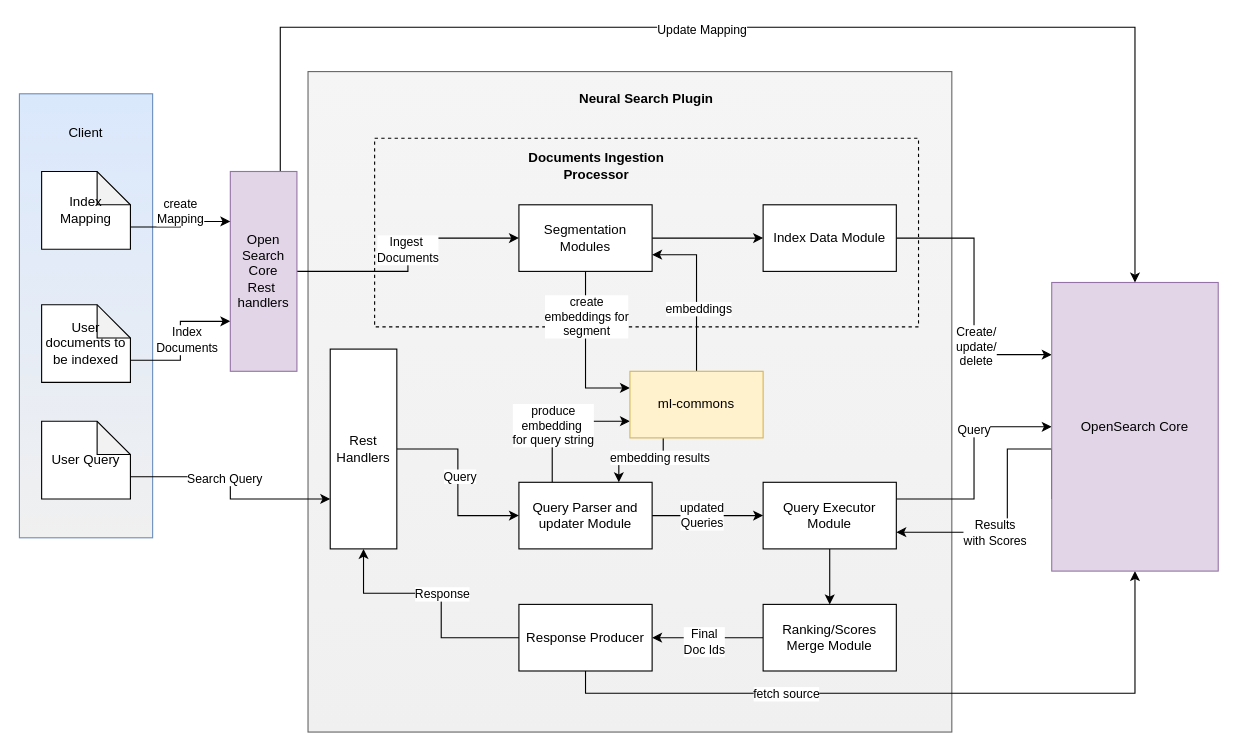
This is OpenSearch/SemanticsSearch.drawio from navneet1v/FlowDiagram, a draw.io file, before an edit. Source tidied: cells renumbered, new cells numbered last; positions are measured from the earlier drawing's top-left corner, leaving out a move shared by most shapes. Both pictures are drawn from the tidied source at 111%, with x=0, y=0 at pixel (19, 27).
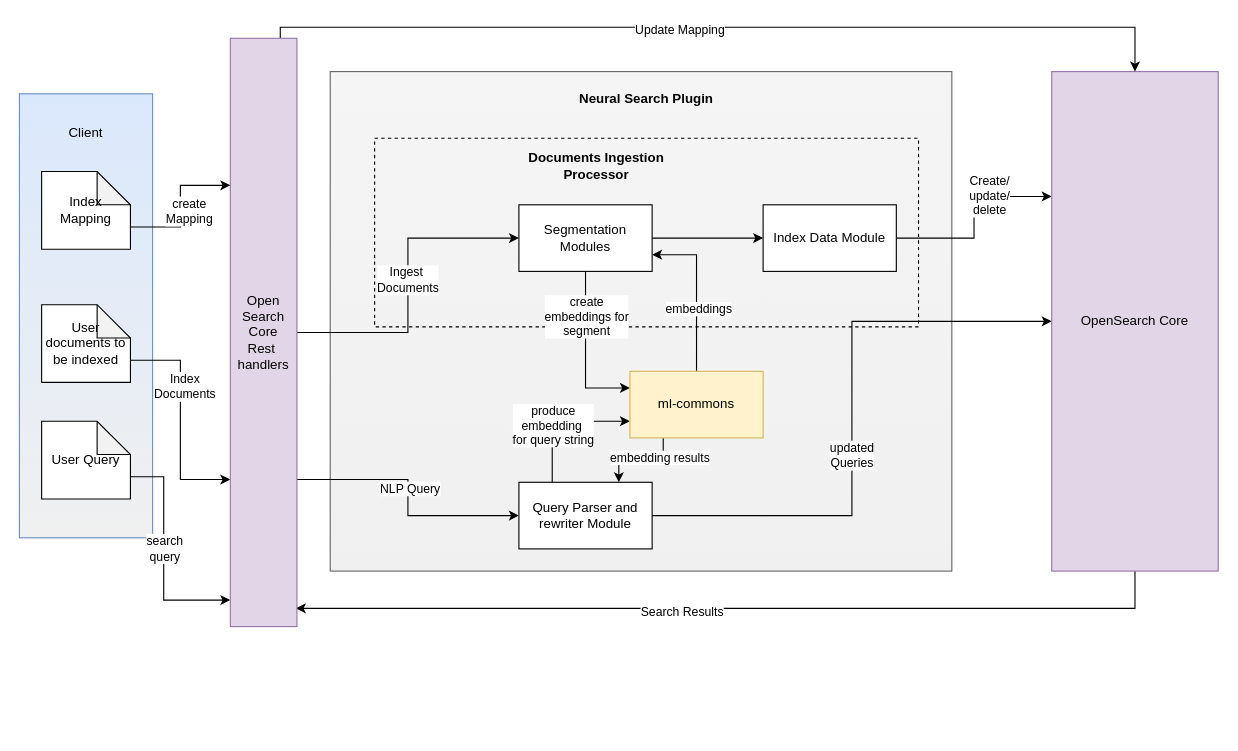
The same diagram, later.

The change refers to these unchanged cells:
```xml
<mxCell id="39" value="User Query" style="shape=note;whiteSpace=wrap;html=1;backgroundOutline=1;darkOpacity=0.05;" parent="1" vertex="1">
  <mxGeometry x="20" y="355" width="80" height="70" as="geometry" />
</mxCell>
<mxCell id="44" value="ml-commons" style="rounded=0;whiteSpace=wrap;html=1;fillColor=#fff2cc;strokeColor=#d6b656;" parent="1" vertex="1">
  <mxGeometry x="550" y="310" width="120" height="60" as="geometry" />
</mxCell>
```

The edit, as a diff of the source:
```diff
@@
-    <mxCell id="3" style="rounded=0;whiteSpace=wrap;html=1;fillColor=#f5f5f5;fontColor=#333333;strokeColor=#666666;gradientColor=#F0F0F0;" parent="1" vertex="1">
-      <mxGeometry x="260" y="40" width="580" height="595" as="geometry" />
-    </mxCell>
+    <mxCell id="57" style="rounded=0;whiteSpace=wrap;html=1;fillColor=#f5f5f5;fontColor=#333333;strokeColor=#666666;gradientColor=#F0F0F0;" parent="1" vertex="1">
+      <mxGeometry x="280" y="40" width="560" height="450" as="geometry" />
+    </mxCell>
@@
-    <mxCell id="9" style="edgeStyle=orthogonalEdgeStyle;rounded=0;jettySize=auto;html=1;exitX=1;exitY=0.5;exitDx=0;exitDy=0;" parent="1" edge="1" source="13" target="33">
-      <mxGeometry relative="1" as="geometry" />
-    </mxCell>
+    <mxCell id="58" style="edgeStyle=orthogonalEdgeStyle;rounded=0;jettySize=auto;html=1;exitX=1;exitY=0.5;exitDx=0;exitDy=0;" parent="1" edge="1" source="60" target="47">
+      <mxGeometry relative="1" as="geometry" />
+    </mxCell>
-    <mxCell id="10" value="updated&lt;br&gt;Queries" style="edgeLabel;html=1;align=center;verticalAlign=middle;" parent="9" vertex="1">
+    <mxCell id="10" value="updated&lt;br&gt;Queries" style="edgeLabel;html=1;align=center;verticalAlign=middle;" parent="58" vertex="1">
       <mxGeometry x="-0.12" y="1" relative="1" as="geometry" />
     </mxCell>
-    <mxCell id="11" style="edgeStyle=orthogonalEdgeStyle;rounded=0;jettySize=auto;html=1;exitX=0.25;exitY=0;exitDx=0;exitDy=0;entryX=0;entryY=0.75;entryDx=0;entryDy=0;" parent="1" edge="1" source="13" target="44">
-      <mxGeometry relative="1" as="geometry" />
-    </mxCell>
+    <mxCell id="59" style="edgeStyle=orthogonalEdgeStyle;rounded=0;jettySize=auto;html=1;exitX=0.25;exitY=0;exitDx=0;exitDy=0;entryX=0;entryY=0.75;entryDx=0;entryDy=0;" parent="1" edge="1" source="60" target="44">
+      <mxGeometry relative="1" as="geometry" />
+    </mxCell>
-    <mxCell id="12" value="produce&lt;br&gt;embedding&amp;nbsp;&lt;br&gt;for query string" style="edgeLabel;html=1;align=center;verticalAlign=middle;" parent="11" vertex="1">
+    <mxCell id="12" value="produce&lt;br&gt;embedding&amp;nbsp;&lt;br&gt;for query string" style="edgeLabel;html=1;align=center;verticalAlign=middle;" parent="59" vertex="1">
       <mxGeometry x="-0.17" relative="1" as="geometry" />
     </mxCell>
-    <mxCell id="13" value="Query Parser and updater Module" style="rounded=0;whiteSpace=wrap;html=1;" parent="1" vertex="1">
-      <mxGeometry x="450" y="410" width="120" height="60" as="geometry" />
-    </mxCell>
+    <mxCell id="60" value="Query Parser and rewriter Module" style="rounded=0;whiteSpace=wrap;html=1;" parent="1" vertex="1">
+      <mxGeometry x="450" y="410" width="120" height="60" as="geometry" />
+    </mxCell>
@@
-    <mxCell id="16" style="edgeStyle=orthogonalEdgeStyle;rounded=0;jettySize=auto;html=1;exitX=1;exitY=0.5;exitDx=0;exitDy=0;entryX=0;entryY=0.5;entryDx=0;entryDy=0;" parent="1" edge="1" source="18" target="13">
-      <mxGeometry relative="1" as="geometry" />
-    </mxCell>
-    <mxCell id="17" value="Query" style="edgeLabel;html=1;align=center;verticalAlign=middle;" parent="16" vertex="1">
-      <mxGeometry x="-0.07" y="1" relative="1" as="geometry" />
-    </mxCell>
-    <mxCell id="18" value="Rest Handlers" style="rounded=0;whiteSpace=wrap;html=1;" parent="1" vertex="1">
-      <mxGeometry x="280" y="290" width="60" height="180" as="geometry" />
-    </mxCell>
+    <mxCell id="61" style="edgeStyle=orthogonalEdgeStyle;rounded=0;jettySize=auto;html=1;exitX=1;exitY=0.75;exitDx=0;exitDy=0;entryX=0;entryY=0.5;entryDx=0;entryDy=0;" parent="1" edge="1" source="52" target="60">
+      <mxGeometry relative="1" as="geometry" />
+    </mxCell>
+    <mxCell id="62" value="NLP Query" style="edgeLabel;html=1;align=center;verticalAlign=middle;" parent="61" vertex="1">
+      <mxGeometry x="-0.07" y="1" relative="1" as="geometry" />
+    </mxCell>
@@
-    <mxCell id="22" style="edgeStyle=orthogonalEdgeStyle;rounded=0;jettySize=auto;html=1;exitX=0;exitY=0.5;exitDx=0;exitDy=0;entryX=1;entryY=0.5;entryDx=0;entryDy=0;" parent="1" edge="1" source="24" target="29">
-      <mxGeometry relative="1" as="geometry" />
-    </mxCell>
-    <mxCell id="23" value="Final&lt;br&gt;Doc Ids" style="edgeLabel;html=1;align=center;verticalAlign=middle;" parent="22" vertex="1">
-      <mxGeometry x="0.08" y="3" relative="1" as="geometry" />
-    </mxCell>
-    <mxCell id="24" value="Ranking/Scores&lt;br&gt;Merge Module" style="rounded=0;whiteSpace=wrap;html=1;" parent="1" vertex="1">
-      <mxGeometry x="670" y="520" width="120" height="60" as="geometry" />
-    </mxCell>
-    <mxCell id="25" style="edgeStyle=orthogonalEdgeStyle;rounded=0;jettySize=auto;html=1;exitX=0;exitY=0.5;exitDx=0;exitDy=0;entryX=0.5;entryY=1;entryDx=0;entryDy=0;" parent="1" edge="1" source="29" target="18">
-      <mxGeometry relative="1" as="geometry">
-        <Array as="points">
-          <mxPoint x="380" y="550" />
-          <mxPoint x="380" y="510" />
-          <mxPoint x="310" y="510" />
-        </Array>
-      </mxGeometry>
-    </mxCell>
-    <mxCell id="26" value="Response" style="edgeLabel;html=1;align=center;verticalAlign=middle;" parent="25" vertex="1">
-      <mxGeometry relative="1" as="geometry" />
-    </mxCell>
-    <mxCell id="27" style="edgeStyle=orthogonalEdgeStyle;rounded=0;jettySize=auto;html=1;exitX=0.5;exitY=1;exitDx=0;exitDy=0;" parent="1" edge="1" source="29" target="47">
-      <mxGeometry relative="1" as="geometry">
-        <Array as="points">
-          <mxPoint x="510" y="600" />
-          <mxPoint x="1005" y="600" />
-        </Array>
-      </mxGeometry>
-    </mxCell>
-    <mxCell id="28" value="fetch source" style="edgeLabel;html=1;align=center;verticalAlign=middle;" parent="27" vertex="1">
-      <mxGeometry x="-0.36" y="-2" relative="1" as="geometry">
-        <mxPoint y="-2" as="offset" />
-      </mxGeometry>
-    </mxCell>
-    <mxCell id="29" value="Response Producer" style="rounded=0;whiteSpace=wrap;html=1;" parent="1" vertex="1">
-      <mxGeometry x="450" y="520" width="120" height="60" as="geometry" />
-    </mxCell>
-    <mxCell id="30" style="edgeStyle=orthogonalEdgeStyle;rounded=0;jettySize=auto;html=1;exitX=0.5;exitY=1;exitDx=0;exitDy=0;" parent="1" edge="1" source="33" target="24">
-      <mxGeometry relative="1" as="geometry" />
-    </mxCell>
-    <mxCell id="31" style="edgeStyle=orthogonalEdgeStyle;rounded=0;jettySize=auto;html=1;exitX=1;exitY=0.25;exitDx=0;exitDy=0;entryX=0;entryY=0.5;entryDx=0;entryDy=0;" parent="1" edge="1" source="33" target="47">
-      <mxGeometry relative="1" as="geometry" />
-    </mxCell>
-    <mxCell id="32" value="Query" style="edgeLabel;html=1;align=center;verticalAlign=middle;" parent="31" vertex="1">
-      <mxGeometry x="0.3" y="1" relative="1" as="geometry" />
-    </mxCell>
-    <mxCell id="33" value="Query Executor Module" style="rounded=0;whiteSpace=wrap;html=1;" parent="1" vertex="1">
-      <mxGeometry x="670" y="410" width="120" height="60" as="geometry" />
-    </mxCell>
@@
-    <mxCell id="37" style="edgeStyle=orthogonalEdgeStyle;rounded=0;jettySize=auto;html=1;exitX=0;exitY=0;exitDx=70;exitDy=50;exitPerimeter=0;entryX=0;entryY=0.75;entryDx=0;entryDy=0;" parent="1" edge="1" source="39" target="18">
-      <mxGeometry relative="1" as="geometry" />
-    </mxCell>
-    <mxCell id="38" value="Search Query" style="edgeLabel;html=1;align=center;verticalAlign=middle;" parent="37" vertex="1">
-      <mxGeometry x="-0.07" y="-1" relative="1" as="geometry">
-        <mxPoint x="-4" as="offset" />
-      </mxGeometry>
-    </mxCell>
+    <mxCell id="63" style="edgeStyle=orthogonalEdgeStyle;rounded=0;jettySize=auto;html=1;exitX=0;exitY=0;exitDx=80;exitDy=50;exitPerimeter=0;entryX=0;entryY=0.955;entryDx=0;entryDy=0;entryPerimeter=0;" parent="1" edge="1" source="39" target="52">
+      <mxGeometry relative="1" as="geometry">
+        <Array as="points">
+          <mxPoint x="130" y="405" />
+          <mxPoint x="130" y="516" />
+        </Array>
+      </mxGeometry>
+    </mxCell>
+    <mxCell id="64" value="search&lt;br&gt;query" style="edgeLabel;html=1;align=center;verticalAlign=middle;" parent="63" vertex="1">
+      <mxGeometry x="-0.07" relative="1" as="geometry" />
+    </mxCell>
@@
-    <mxCell id="40" style="edgeStyle=orthogonalEdgeStyle;rounded=0;jettySize=auto;html=1;exitX=0.25;exitY=1;exitDx=0;exitDy=0;entryX=0.75;entryY=0;entryDx=0;entryDy=0;" parent="1" edge="1" source="44" target="13">
-      <mxGeometry relative="1" as="geometry" />
-    </mxCell>
+    <mxCell id="65" style="edgeStyle=orthogonalEdgeStyle;rounded=0;jettySize=auto;html=1;exitX=0.25;exitY=1;exitDx=0;exitDy=0;entryX=0.75;entryY=0;entryDx=0;entryDy=0;" parent="1" edge="1" source="44" target="60">
+      <mxGeometry relative="1" as="geometry" />
+    </mxCell>
-    <mxCell id="41" value="embedding results" style="edgeLabel;html=1;align=center;verticalAlign=middle;" parent="40" vertex="1">
+    <mxCell id="41" value="embedding results" style="edgeLabel;html=1;align=center;verticalAlign=middle;" parent="65" vertex="1">
       <mxGeometry x="-0.4" y="2" relative="1" as="geometry">
         <mxPoint y="-5" as="offset" />
       </mxGeometry>
     </mxCell>
@@
-    <mxCell id="45" style="edgeStyle=orthogonalEdgeStyle;rounded=0;jettySize=auto;html=1;exitX=0;exitY=0.75;exitDx=0;exitDy=0;entryX=1;entryY=0.75;entryDx=0;entryDy=0;" parent="1" edge="1" source="47" target="33">
-      <mxGeometry relative="1" as="geometry">
-        <Array as="points">
-          <mxPoint x="890" y="380" />
-          <mxPoint x="890" y="455" />
-        </Array>
-      </mxGeometry>
-    </mxCell>
-    <mxCell id="46" value="Results&lt;br&gt;with Scores" style="edgeLabel;html=1;align=center;verticalAlign=middle;" parent="45" vertex="1">
-      <mxGeometry x="0.32" y="2" relative="1" as="geometry">
-        <mxPoint y="-2" as="offset" />
-      </mxGeometry>
-    </mxCell>
+    <mxCell id="66" style="edgeStyle=orthogonalEdgeStyle;rounded=0;jettySize=auto;html=1;exitX=0.5;exitY=1;exitDx=0;exitDy=0;entryX=0.983;entryY=0.969;entryDx=0;entryDy=0;entryPerimeter=0;" parent="1" edge="1" source="47" target="52">
+      <mxGeometry relative="1" as="geometry" />
+    </mxCell>
+    <mxCell id="67" value="Search Results" style="edgeLabel;html=1;align=center;verticalAlign=middle;" parent="66" vertex="1">
+      <mxGeometry x="0.12" y="2" relative="1" as="geometry">
+        <mxPoint y="1" as="offset" />
+      </mxGeometry>
+    </mxCell>
     <mxCell id="47" value="OpenSearch Core" style="rounded=0;whiteSpace=wrap;html=1;fillColor=#e1d5e7;strokeColor=#9673a6;" parent="1" vertex="1">
-      <mxGeometry x="930" y="230" width="150" height="260" as="geometry" />
+      <mxGeometry x="930" y="40" width="150" height="450" as="geometry" />
     </mxCell>
@@
     <mxCell id="52" value="Open &lt;br&gt;Search&lt;br&gt;Core&lt;br&gt;Rest&amp;nbsp;&lt;br&gt;handlers" style="rounded=0;whiteSpace=wrap;html=1;fillColor=#e1d5e7;strokeColor=#9673a6;" parent="1" vertex="1">
-      <mxGeometry x="190" y="130" width="60" height="180" as="geometry" />
+      <mxGeometry x="190" y="10" width="60" height="530" as="geometry" />
     </mxCell>
```
